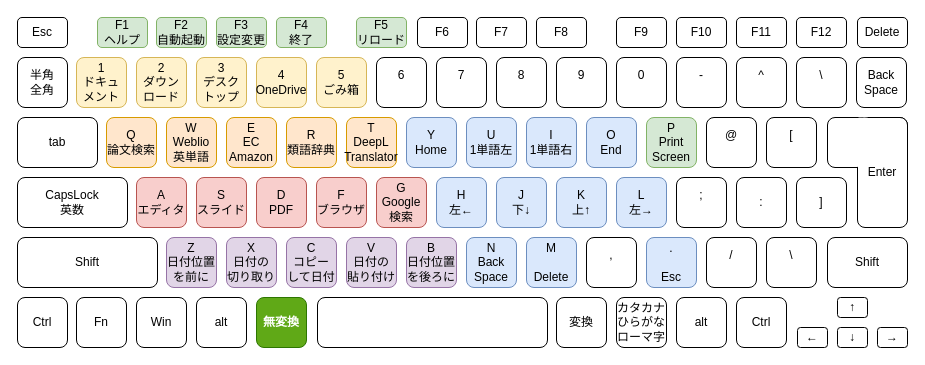
Above: AutoHotKey/Img/keyboard.drawio in kimushun1101/muhenkan-switch (draw.io), before the change. Source tidied: cells renumbered, new cells numbered last; positions are measured from the earlier drawing's top-left corner, leaving out a move shared by most shapes. Both pictures are drawn from the tidied source at 100%, with x=0, y=0 at pixel (17, 17).
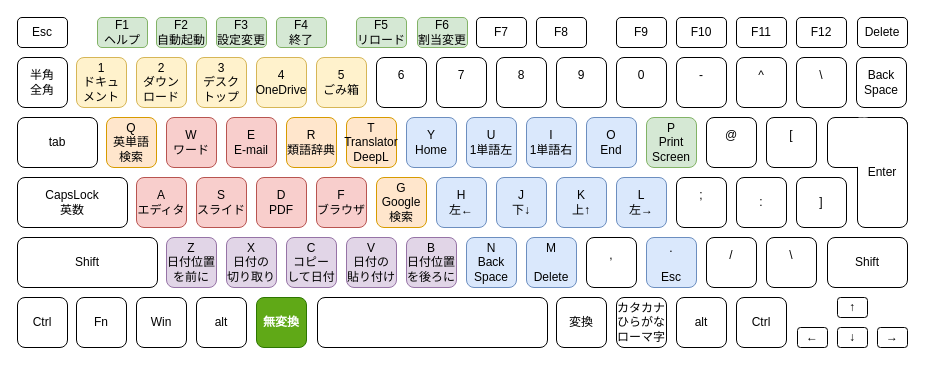
Above is the later version.

Diff of the diagram source:
```diff
@@
-    <mxCell id="10" value="G&lt;br&gt;Google&lt;br&gt;検索" style="rounded=1;whiteSpace=wrap;html=1;fillColor=#f8cecc;strokeColor=#b85450;" parent="1" vertex="1">
+    <mxCell id="10" value="G&lt;br&gt;Google&lt;br&gt;検索" style="rounded=1;whiteSpace=wrap;html=1;fillColor=#ffe6cc;strokeColor=#d79b00;" parent="1" vertex="1">
       <mxGeometry x="359" y="160" width="50" height="50" as="geometry" />
     </mxCell>
-    <mxCell id="11" value="T&lt;br&gt;DeepL&lt;br&gt;Translator" style="rounded=1;whiteSpace=wrap;html=1;fillColor=#ffe6cc;strokeColor=#d79b00;" parent="1" vertex="1">
+    <mxCell id="11" value="T&lt;br&gt;Translator&lt;br&gt;DeepL" style="rounded=1;whiteSpace=wrap;html=1;fillColor=#ffe6cc;strokeColor=#d79b00;" parent="1" vertex="1">
       <mxGeometry x="329" y="100" width="50" height="50" as="geometry" />
     </mxCell>
@@
-    <mxCell id="13" value="E&lt;br&gt;EC&lt;br&gt;Amazon" style="rounded=1;whiteSpace=wrap;html=1;fillColor=#ffe6cc;strokeColor=#d79b00;" parent="1" vertex="1">
+    <mxCell id="13" value="E&lt;br&gt;E-mail" style="rounded=1;whiteSpace=wrap;html=1;fillColor=#f8cecc;strokeColor=#b85450;" parent="1" vertex="1">
       <mxGeometry x="209" y="100" width="50" height="50" as="geometry" />
     </mxCell>
-    <mxCell id="14" value="W&lt;br style=&quot;border-color: var(--border-color);&quot;&gt;Weblio&lt;br style=&quot;border-color: var(--border-color);&quot;&gt;英単語" style="rounded=1;whiteSpace=wrap;html=1;fillColor=#ffe6cc;strokeColor=#d79b00;" parent="1" vertex="1">
+    <mxCell id="14" value="W&lt;br&gt;ワード" style="rounded=1;whiteSpace=wrap;html=1;fillColor=#f8cecc;strokeColor=#b85450;" parent="1" vertex="1">
       <mxGeometry x="149" y="100" width="50" height="50" as="geometry" />
     </mxCell>
-    <mxCell id="15" value="Q&lt;br&gt;論文検索" style="rounded=1;whiteSpace=wrap;html=1;fillColor=#ffe6cc;strokeColor=#d79b00;" parent="1" vertex="1">
+    <mxCell id="15" value="Q&lt;br&gt;英単語&lt;br&gt;検索" style="rounded=1;whiteSpace=wrap;html=1;fillColor=#ffe6cc;strokeColor=#d79b00;" parent="1" vertex="1">
       <mxGeometry x="89" y="100" width="50" height="50" as="geometry" />
     </mxCell>
@@
-    <mxCell id="50" value="F6" style="rounded=1;whiteSpace=wrap;html=1;" parent="1" vertex="1">
+    <mxCell id="50" value="F6&lt;br&gt;割当変更" style="rounded=1;whiteSpace=wrap;html=1;fillColor=#d5e8d4;strokeColor=#82b366;" parent="1" vertex="1">
       <mxGeometry x="400" width="50" height="30" as="geometry" />
     </mxCell>
```
